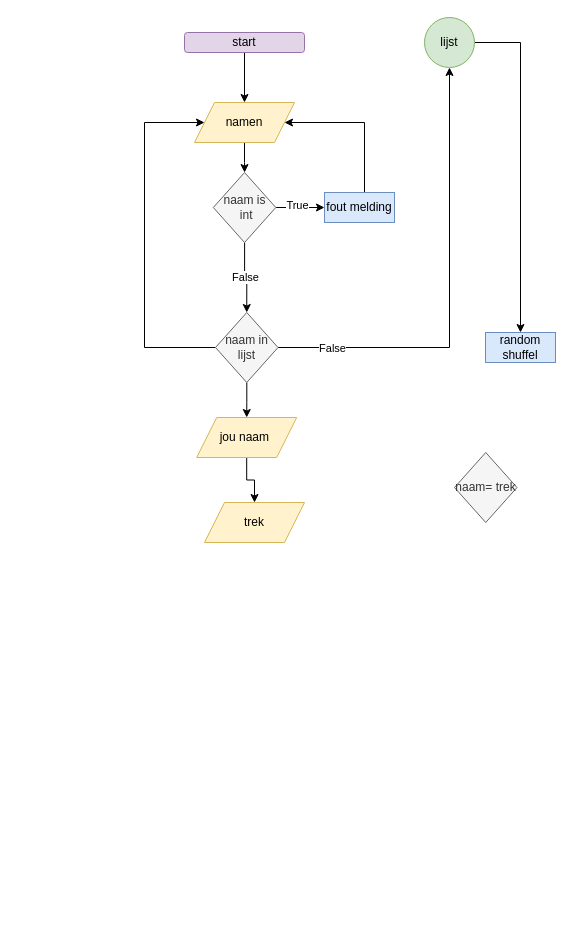
The draw.io diagram module_3/Diagram zonder titel.drawio in RuoFeng207/leren_programmeren, before the edit. Source tidied: cells renumbered, new cells numbered last; positions are measured from the earlier drawing's top-left corner, leaving out a move shared by most shapes. Both pictures are drawn from the tidied source at 100%, with x=0, y=0 at pixel (144, 17).
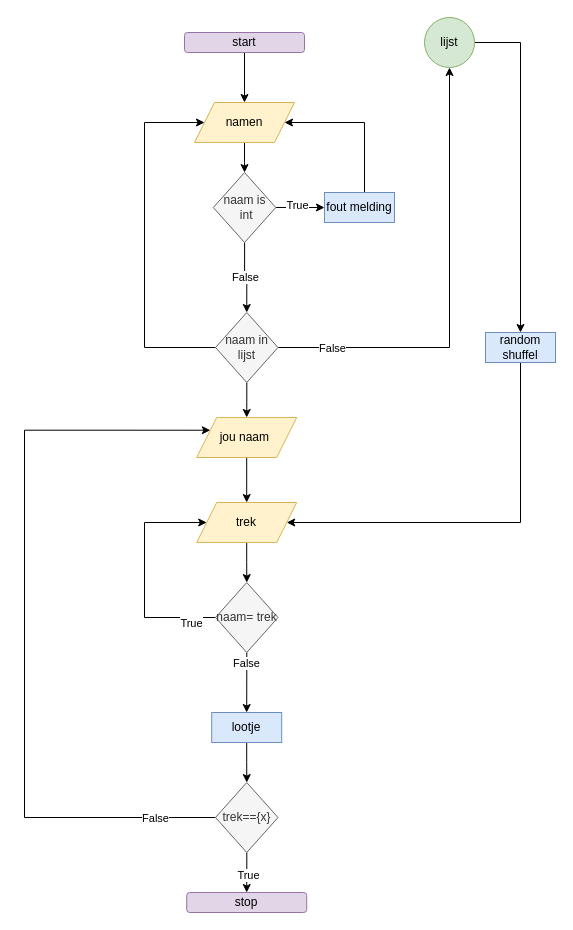
The same page after the edit.

Commit message:
proef module 3 opdracht 1

The change refers to these unchanged cells:
```xml
<mxCell id="20" value="random&lt;div&gt;shuffel&lt;/div&gt;" style="rounded=0;whiteSpace=wrap;html=1;fillColor=#dae8fc;strokeColor=#6c8ebf;" parent="1" vertex="1">
  <mxGeometry x="341" y="315" width="70" height="30" as="geometry" />
</mxCell>
<mxCell id="22" value="jou naam&amp;nbsp;" style="shape=parallelogram;perimeter=parallelogramPerimeter;whiteSpace=wrap;html=1;fixedSize=1;fillColor=#fff2cc;strokeColor=#d6b656;" parent="1" vertex="1">
  <mxGeometry x="52.2" y="400" width="100" height="40" as="geometry" />
</mxCell>
```

The edit, as a diff of the source:
```diff
@@
+    <mxCell id="25" style="edgeStyle=orthogonalEdgeStyle;rounded=0;jettySize=auto;html=1;entryX=1;entryY=0.5;entryDx=0;entryDy=0;" parent="1" edge="1" source="20" target="24">
+      <mxGeometry relative="1" as="geometry">
+        <Array as="points">
+          <mxPoint x="376" y="505" />
+        </Array>
+      </mxGeometry>
+    </mxCell>
@@
+    <mxCell id="26" style="edgeStyle=orthogonalEdgeStyle;rounded=0;jettySize=auto;html=1;entryX=0;entryY=0.5;entryDx=0;entryDy=0;" parent="1" edge="1" source="23" target="24">
+      <mxGeometry relative="1" as="geometry">
+        <Array as="points">
+          <mxPoint y="600" />
+          <mxPoint y="505" />
+        </Array>
+      </mxGeometry>
+    </mxCell>
+    <mxCell id="27" value="True" style="edgeLabel;html=1;align=center;verticalAlign=middle;" parent="26" vertex="1">
+      <mxGeometry x="-0.78" y="5" relative="1" as="geometry" />
+    </mxCell>
+    <mxCell id="28" style="edgeStyle=orthogonalEdgeStyle;rounded=0;jettySize=auto;html=1;entryX=0.5;entryY=0;entryDx=0;entryDy=0;" parent="1" edge="1" source="23" target="34">
+      <mxGeometry relative="1" as="geometry">
+        <Array as="points">
+          <mxPoint x="102" y="645" />
+          <mxPoint x="102" y="645" />
+        </Array>
+      </mxGeometry>
+    </mxCell>
+    <mxCell id="29" value="False" style="edgeLabel;html=1;align=center;verticalAlign=middle;" parent="28" vertex="1">
+      <mxGeometry x="-0.63" y="-1" relative="1" as="geometry" />
+    </mxCell>
     <mxCell id="23" value="naam= trek" style="rhombus;whiteSpace=wrap;html=1;fillColor=#f5f5f5;fontColor=#333333;strokeColor=#666666;" parent="1" vertex="1">
-      <mxGeometry x="310" y="435" width="62.5" height="70" as="geometry" />
+      <mxGeometry x="71" y="565" width="62.5" height="70" as="geometry" />
     </mxCell>
+    <mxCell id="30" style="edgeStyle=orthogonalEdgeStyle;rounded=0;jettySize=auto;html=1;" parent="1" edge="1" source="24" target="23">
+      <mxGeometry relative="1" as="geometry" />
+    </mxCell>
     <mxCell id="24" value="trek" style="shape=parallelogram;perimeter=parallelogramPerimeter;whiteSpace=wrap;html=1;fixedSize=1;fillColor=#fff2cc;strokeColor=#d6b656;" parent="1" vertex="1">
-      <mxGeometry x="60" y="485" width="100" height="40" as="geometry" />
+      <mxGeometry x="52.2" y="485" width="100" height="40" as="geometry" />
     </mxCell>
+    <mxCell id="31" style="edgeStyle=orthogonalEdgeStyle;rounded=0;jettySize=auto;html=1;entryX=0;entryY=0.25;entryDx=0;entryDy=0;exitX=0;exitY=0.5;exitDx=0;exitDy=0;" parent="1" edge="1" source="37" target="22">
+      <mxGeometry relative="1" as="geometry">
+        <Array as="points">
+          <mxPoint x="-120" y="800" />
+          <mxPoint x="-120" y="413" />
+        </Array>
+      </mxGeometry>
+    </mxCell>
+    <mxCell id="32" value="False" style="edgeLabel;html=1;align=center;verticalAlign=middle;" parent="31" vertex="1">
+      <mxGeometry x="-0.84" relative="1" as="geometry" />
+    </mxCell>
+    <mxCell id="33" style="edgeStyle=orthogonalEdgeStyle;rounded=0;jettySize=auto;html=1;" parent="1" edge="1" source="34" target="37">
+      <mxGeometry relative="1" as="geometry" />
+    </mxCell>
+    <mxCell id="34" value="lootje" style="rounded=0;whiteSpace=wrap;html=1;fillColor=#dae8fc;strokeColor=#6c8ebf;" parent="1" vertex="1">
+      <mxGeometry x="67.2" y="695" width="70" height="30" as="geometry" />
+    </mxCell>
+    <mxCell id="35" style="edgeStyle=orthogonalEdgeStyle;rounded=0;jettySize=auto;html=1;entryX=0.5;entryY=0;entryDx=0;entryDy=0;" parent="1" edge="1" source="37" target="38">
+      <mxGeometry relative="1" as="geometry" />
+    </mxCell>
+    <mxCell id="36" value="True" style="edgeLabel;html=1;align=center;verticalAlign=middle;" parent="35" vertex="1">
+      <mxGeometry x="0.16" y="1" relative="1" as="geometry" />
+    </mxCell>
+    <mxCell id="37" value="trek=={x}" style="rhombus;whiteSpace=wrap;html=1;fillColor=#f5f5f5;fontColor=#333333;strokeColor=#666666;" parent="1" vertex="1">
+      <mxGeometry x="71" y="765" width="62.5" height="70" as="geometry" />
+    </mxCell>
+    <mxCell id="38" value="stop" style="rounded=1;whiteSpace=wrap;html=1;fillColor=#e1d5e7;strokeColor=#9673a6;" parent="1" vertex="1">
+      <mxGeometry x="42.2" y="875" width="120" height="20" as="geometry" />
+    </mxCell>
```
